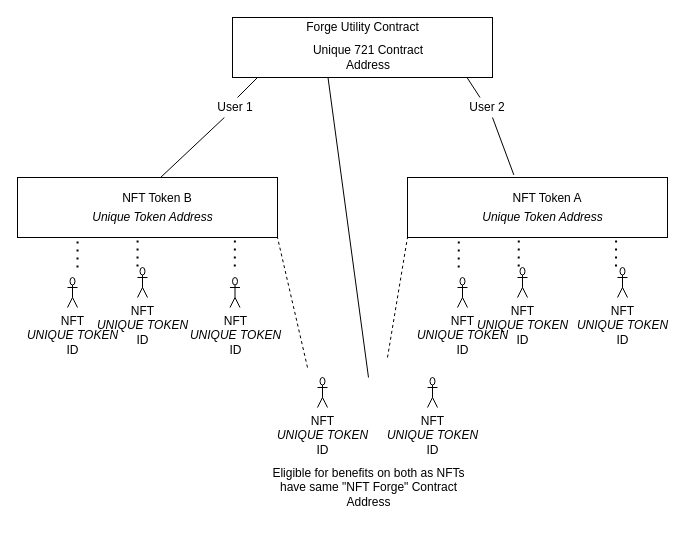
This is Untitled Diagram.drawio from agelessZeal/BEP20-BEP1155-NFT, a draw.io file, before an edit. Source tidied: cells renumbered, new cells numbered last; positions are measured from the earlier drawing's top-left corner, leaving out a move shared by most shapes. Both pictures are drawn from the tidied source at 100%, with x=0, y=0 at pixel (17, 17).
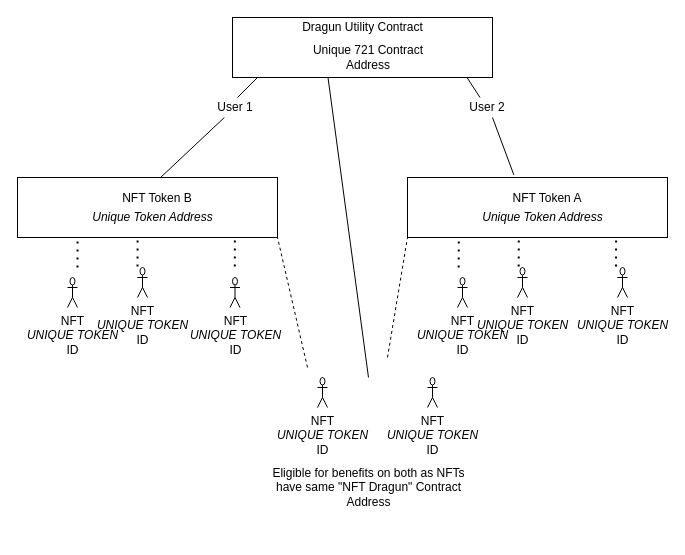
Above is the later version.

What changed in the source:
```diff
@@
-    <mxCell id="3" value="Forge Utility Contract" style="text;html=1;align=center;verticalAlign=middle;" parent="1" vertex="1">
+    <mxCell id="3" value="Dragun Utility Contract" style="text;html=1;align=center;verticalAlign=middle;" parent="1" vertex="1">
       <mxGeometry x="280" width="130" height="20" as="geometry" />
     </mxCell>
@@
-    <mxCell id="32" value="Eligible for benefits on both as NFTs have same &quot;NFT Forge&quot; Contract Address" style="text;html=1;strokeColor=none;fillColor=none;align=center;verticalAlign=middle;whiteSpace=wrap;rounded=0;" parent="1" vertex="1">
+    <mxCell id="32" value="Eligible for benefits on both as NFTs have same &quot;NFT Dragun&quot; Contract Address" style="text;html=1;strokeColor=none;fillColor=none;align=center;verticalAlign=middle;whiteSpace=wrap;rounded=0;" parent="1" vertex="1">
       <mxGeometry x="248.5" y="420" width="205" height="100" as="geometry" />
     </mxCell>
```
